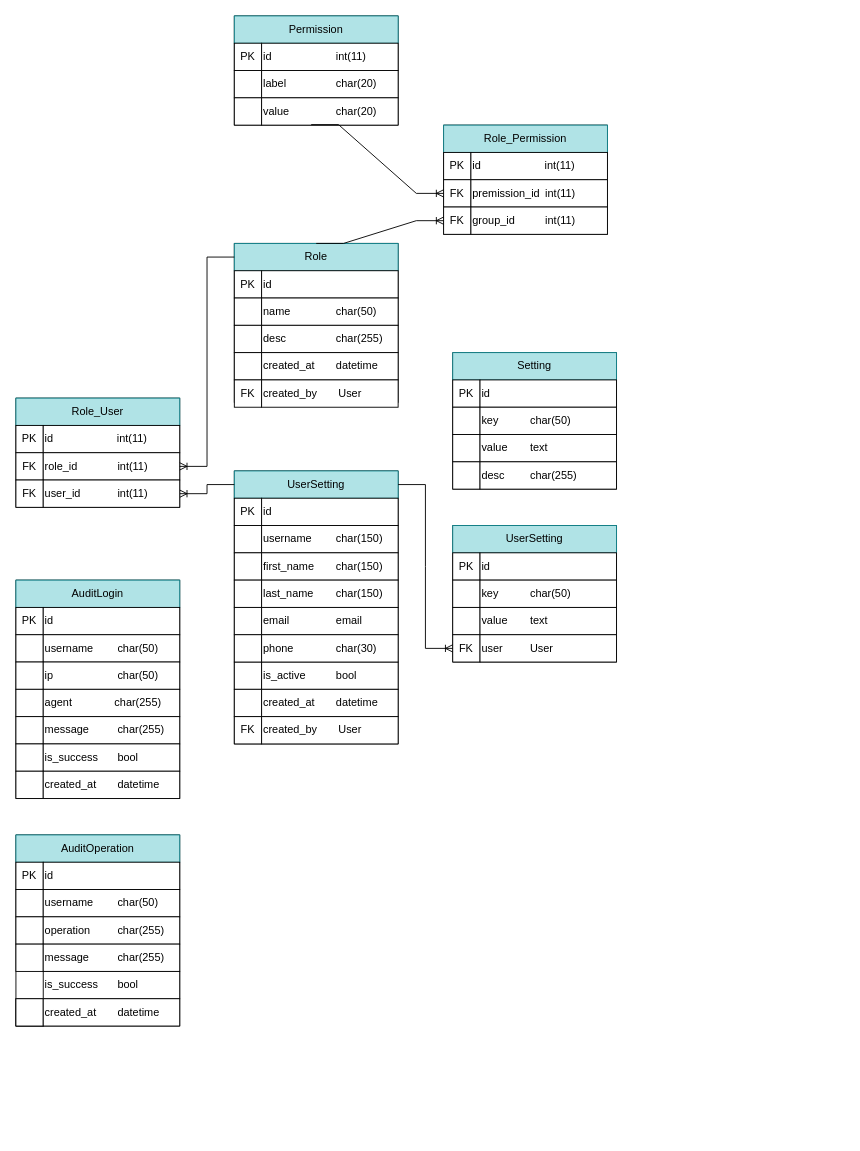
yihezhou/diagrams keeps this draw.io diagram as 思创运维平台数据库设计.drawio. Above is the earlier version. Source tidied: cells renumbered, new cells numbered last; positions are measured from the earlier drawing's top-left corner, leaving out a move shared by most shapes. Both pictures are drawn from the tidied source at 91%, with x=0, y=0 at pixel (15, 15).
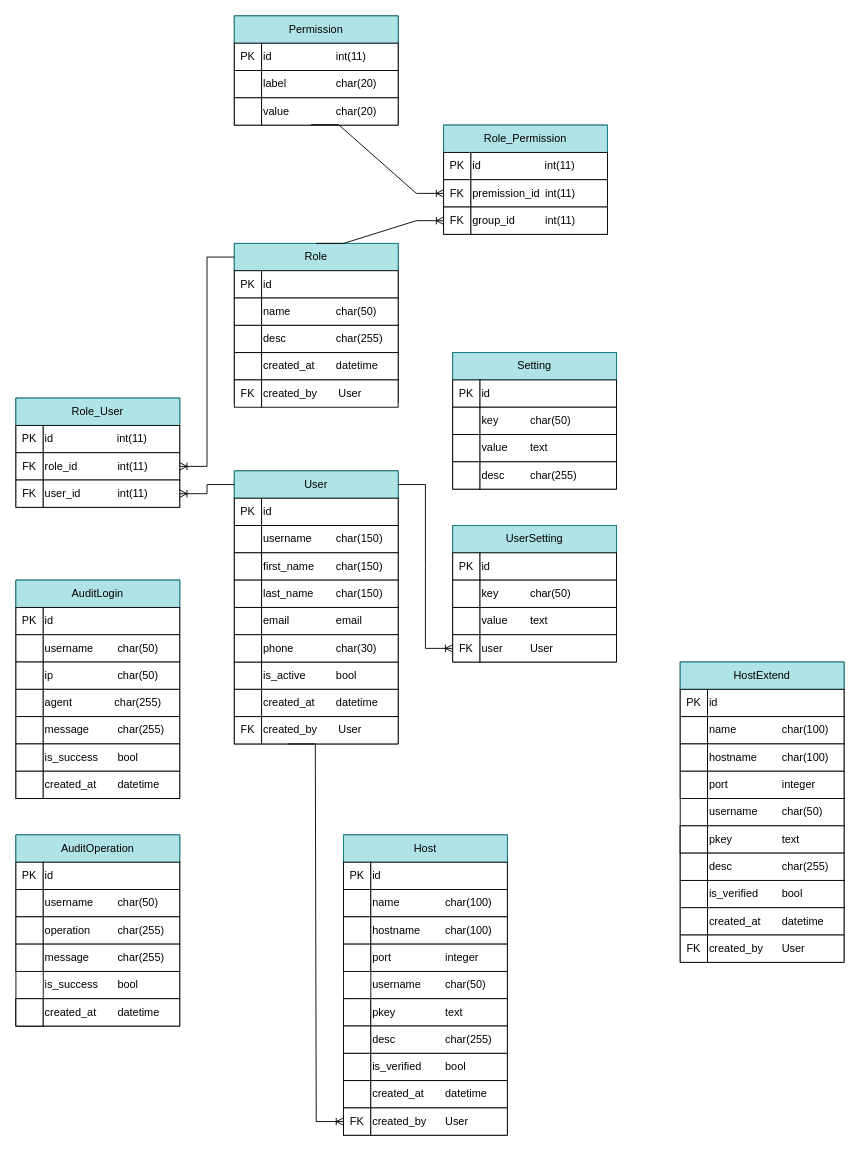
After the change.

Commit message (it also covers changes not shown here):
更新思创运维平台数据库设计.drawio

The change refers to these unchanged cells:
```xml
<mxCell id="52" style="swimlane;startSize=0;" parent="1" vertex="1">
  <mxGeometry x="240" y="500" width="180" height="300" as="geometry" />
</mxCell>
```

Diff of the diagram source:
```diff
@@
-    <mxCell id="53" value="UserSetting" style="rounded=0;whiteSpace=wrap;html=1;fillColor=#b0e3e6;strokeColor=#0e8088;" parent="52" vertex="1">
+    <mxCell id="53" value="User" style="rounded=0;whiteSpace=wrap;html=1;fillColor=#b0e3e6;strokeColor=#0e8088;" parent="52" vertex="1">
       <mxGeometry width="180" height="30" as="geometry" />
     </mxCell>
@@
+    <mxCell id="113" style="swimlane;startSize=0;" parent="1" vertex="1">
+      <mxGeometry x="360" y="900" width="180" height="330" as="geometry" />
+    </mxCell>
+    <mxCell id="114" value="Host" style="rounded=0;whiteSpace=wrap;html=1;fillColor=#b0e3e6;strokeColor=#0e8088;" parent="113" vertex="1">
+      <mxGeometry width="180" height="30" as="geometry" />
+    </mxCell>
+    <mxCell id="115" value="PK" style="rounded=0;whiteSpace=wrap;html=1;" parent="113" vertex="1">
+      <mxGeometry y="30" width="30" height="30" as="geometry" />
+    </mxCell>
+    <mxCell id="116" value="id" style="rounded=0;whiteSpace=wrap;html=1;align=left;" parent="113" vertex="1">
+      <mxGeometry x="30" y="30" width="150" height="30" as="geometry" />
+    </mxCell>
+    <mxCell id="117" style="rounded=0;whiteSpace=wrap;html=1;" parent="113" vertex="1">
+      <mxGeometry y="60" width="30" height="30" as="geometry" />
+    </mxCell>
+    <mxCell id="118" value="name&lt;span style=&quot;white-space: pre;&quot;&gt;&#9;&lt;span style=&quot;white-space: pre;&quot;&gt;&#9;&lt;/span&gt;&lt;/span&gt;char(100)" style="rounded=0;whiteSpace=wrap;html=1;align=left;" parent="113" vertex="1">
+      <mxGeometry x="30" y="60" width="150" height="30" as="geometry" />
+    </mxCell>
+    <mxCell id="119" style="rounded=0;whiteSpace=wrap;html=1;" parent="113" vertex="1">
+      <mxGeometry y="90" width="30" height="30" as="geometry" />
+    </mxCell>
+    <mxCell id="120" value="hostname&lt;span style=&quot;white-space: pre;&quot;&gt;&#9;&lt;/span&gt;char(100)" style="rounded=0;whiteSpace=wrap;html=1;align=left;" parent="113" vertex="1">
+      <mxGeometry x="30" y="90" width="150" height="30" as="geometry" />
+    </mxCell>
+    <mxCell id="121" style="rounded=0;whiteSpace=wrap;html=1;" parent="113" vertex="1">
+      <mxGeometry y="120" width="30" height="30" as="geometry" />
+    </mxCell>
+    <mxCell id="122" value="port&lt;span style=&quot;white-space: pre;&quot;&gt;&#9;&lt;/span&gt;&lt;span style=&quot;white-space: pre;&quot;&gt;&#9;&lt;/span&gt;&lt;span style=&quot;white-space: pre;&quot;&gt;&#9;&lt;/span&gt;integer" style="rounded=0;whiteSpace=wrap;html=1;align=left;" parent="113" vertex="1">
+      <mxGeometry x="30" y="120" width="150" height="30" as="geometry" />
+    </mxCell>
+    <mxCell id="123" style="rounded=0;whiteSpace=wrap;html=1;" parent="113" vertex="1">
+      <mxGeometry y="180" width="30" height="30" as="geometry" />
+    </mxCell>
+    <mxCell id="124" value="username&lt;span style=&quot;white-space: pre;&quot;&gt;&#9;&lt;/span&gt;char(50)" style="rounded=0;whiteSpace=wrap;html=1;align=left;" parent="113" vertex="1">
+      <mxGeometry x="30" y="150" width="150" height="30" as="geometry" />
+    </mxCell>
+    <mxCell id="125" style="rounded=0;whiteSpace=wrap;html=1;" parent="113" vertex="1">
+      <mxGeometry y="180" width="30" height="30" as="geometry" />
+    </mxCell>
+    <mxCell id="126" value="pkey&lt;span style=&quot;white-space: pre;&quot;&gt;&#9;&lt;/span&gt;&lt;span style=&quot;white-space: pre;&quot;&gt;&#9;&lt;/span&gt;text" style="rounded=0;whiteSpace=wrap;html=1;align=left;" parent="113" vertex="1">
+      <mxGeometry x="30" y="180" width="150" height="30" as="geometry" />
+    </mxCell>
+    <mxCell id="127" style="rounded=0;whiteSpace=wrap;html=1;" parent="113" vertex="1">
+      <mxGeometry y="210" width="30" height="30" as="geometry" />
+    </mxCell>
+    <mxCell id="128" value="desc&lt;span style=&quot;white-space: pre;&quot;&gt;&#9;&lt;/span&gt;&lt;span style=&quot;white-space: pre;&quot;&gt;&#9;&lt;/span&gt;char(255)" style="rounded=0;whiteSpace=wrap;html=1;align=left;" parent="113" vertex="1">
+      <mxGeometry x="30" y="210" width="150" height="30" as="geometry" />
+    </mxCell>
+    <mxCell id="129" style="rounded=0;whiteSpace=wrap;html=1;" parent="113" vertex="1">
+      <mxGeometry y="240" width="30" height="30" as="geometry" />
+    </mxCell>
+    <mxCell id="130" value="is_verified&lt;span style=&quot;white-space: pre;&quot;&gt;&#9;&lt;/span&gt;bool" style="rounded=0;whiteSpace=wrap;html=1;align=left;" parent="113" vertex="1">
+      <mxGeometry x="30" y="240" width="150" height="30" as="geometry" />
+    </mxCell>
+    <mxCell id="131" style="rounded=0;whiteSpace=wrap;html=1;" parent="113" vertex="1">
+      <mxGeometry y="270" width="30" height="30" as="geometry" />
+    </mxCell>
+    <mxCell id="132" value="created_at&lt;span style=&quot;white-space: pre;&quot;&gt;&#9;&lt;/span&gt;datetime" style="rounded=0;whiteSpace=wrap;html=1;align=left;" parent="113" vertex="1">
+      <mxGeometry x="30" y="270" width="150" height="30" as="geometry" />
+    </mxCell>
+    <mxCell id="133" value="FK" style="rounded=0;whiteSpace=wrap;html=1;" parent="113" vertex="1">
+      <mxGeometry y="300" width="30" height="30" as="geometry" />
+    </mxCell>
+    <mxCell id="134" value="created_by&lt;span style=&quot;white-space: pre;&quot;&gt;&#9;&lt;/span&gt;User" style="rounded=0;whiteSpace=wrap;html=1;align=left;" parent="113" vertex="1">
+      <mxGeometry x="30" y="300" width="150" height="30" as="geometry" />
+    </mxCell>
+    <mxCell id="135" style="edgeStyle=entityRelationEdgeStyle;fontSize=12;html=1;endArrow=ERoneToMany;rounded=0;entryX=0;entryY=0.5;entryDx=0;entryDy=0;" parent="1" edge="1" target="133">
+      <mxGeometry relative="1" as="geometry">
+        <mxPoint x="299" y="800" as="sourcePoint" />
+      </mxGeometry>
+    </mxCell>
+    <mxCell id="136" style="swimlane;startSize=0;" parent="1" vertex="1">
+      <mxGeometry x="730" y="710" width="180" height="330" as="geometry" />
+    </mxCell>
+    <mxCell id="137" value="HostExtend" style="rounded=0;whiteSpace=wrap;html=1;fillColor=#b0e3e6;strokeColor=#0e8088;" parent="136" vertex="1">
+      <mxGeometry width="180" height="30" as="geometry" />
+    </mxCell>
+    <mxCell id="138" value="PK" style="rounded=0;whiteSpace=wrap;html=1;" parent="136" vertex="1">
+      <mxGeometry y="30" width="30" height="30" as="geometry" />
+    </mxCell>
+    <mxCell id="139" value="id" style="rounded=0;whiteSpace=wrap;html=1;align=left;" parent="136" vertex="1">
+      <mxGeometry x="30" y="30" width="150" height="30" as="geometry" />
+    </mxCell>
+    <mxCell id="140" style="rounded=0;whiteSpace=wrap;html=1;" parent="136" vertex="1">
+      <mxGeometry y="60" width="30" height="30" as="geometry" />
+    </mxCell>
+    <mxCell id="141" value="name&lt;span style=&quot;white-space: pre;&quot;&gt;&#9;&lt;span style=&quot;white-space: pre;&quot;&gt;&#9;&lt;/span&gt;&lt;/span&gt;char(100)" style="rounded=0;whiteSpace=wrap;html=1;align=left;" parent="136" vertex="1">
+      <mxGeometry x="30" y="60" width="150" height="30" as="geometry" />
+    </mxCell>
+    <mxCell id="142" style="rounded=0;whiteSpace=wrap;html=1;" parent="136" vertex="1">
+      <mxGeometry y="90" width="30" height="30" as="geometry" />
+    </mxCell>
+    <mxCell id="143" value="hostname&lt;span style=&quot;white-space: pre;&quot;&gt;&#9;&lt;/span&gt;char(100)" style="rounded=0;whiteSpace=wrap;html=1;align=left;" parent="136" vertex="1">
+      <mxGeometry x="30" y="90" width="150" height="30" as="geometry" />
+    </mxCell>
+    <mxCell id="144" style="rounded=0;whiteSpace=wrap;html=1;" parent="136" vertex="1">
+      <mxGeometry y="120" width="30" height="30" as="geometry" />
+    </mxCell>
+    <mxCell id="145" value="port&lt;span style=&quot;white-space: pre;&quot;&gt;&#9;&lt;/span&gt;&lt;span style=&quot;white-space: pre;&quot;&gt;&#9;&lt;/span&gt;&lt;span style=&quot;white-space: pre;&quot;&gt;&#9;&lt;/span&gt;integer" style="rounded=0;whiteSpace=wrap;html=1;align=left;" parent="136" vertex="1">
+      <mxGeometry x="30" y="120" width="150" height="30" as="geometry" />
+    </mxCell>
+    <mxCell id="146" style="rounded=0;whiteSpace=wrap;html=1;" parent="136" vertex="1">
+      <mxGeometry y="180" width="30" height="30" as="geometry" />
+    </mxCell>
+    <mxCell id="147" value="username&lt;span style=&quot;white-space: pre;&quot;&gt;&#9;&lt;/span&gt;char(50)" style="rounded=0;whiteSpace=wrap;html=1;align=left;" parent="136" vertex="1">
+      <mxGeometry x="30" y="150" width="150" height="30" as="geometry" />
+    </mxCell>
+    <mxCell id="148" style="rounded=0;whiteSpace=wrap;html=1;" parent="136" vertex="1">
+      <mxGeometry y="180" width="30" height="30" as="geometry" />
+    </mxCell>
+    <mxCell id="149" value="pkey&lt;span style=&quot;white-space: pre;&quot;&gt;&#9;&lt;/span&gt;&lt;span style=&quot;white-space: pre;&quot;&gt;&#9;&lt;/span&gt;text" style="rounded=0;whiteSpace=wrap;html=1;align=left;" parent="136" vertex="1">
+      <mxGeometry x="30" y="180" width="150" height="30" as="geometry" />
+    </mxCell>
+    <mxCell id="150" style="rounded=0;whiteSpace=wrap;html=1;" parent="136" vertex="1">
+      <mxGeometry y="210" width="30" height="30" as="geometry" />
+    </mxCell>
+    <mxCell id="151" value="desc&lt;span style=&quot;white-space: pre;&quot;&gt;&#9;&lt;/span&gt;&lt;span style=&quot;white-space: pre;&quot;&gt;&#9;&lt;/span&gt;char(255)" style="rounded=0;whiteSpace=wrap;html=1;align=left;" parent="136" vertex="1">
+      <mxGeometry x="30" y="210" width="150" height="30" as="geometry" />
+    </mxCell>
+    <mxCell id="152" style="rounded=0;whiteSpace=wrap;html=1;" parent="136" vertex="1">
+      <mxGeometry y="240" width="30" height="30" as="geometry" />
+    </mxCell>
+    <mxCell id="153" value="is_verified&lt;span style=&quot;white-space: pre;&quot;&gt;&#9;&lt;/span&gt;bool" style="rounded=0;whiteSpace=wrap;html=1;align=left;" parent="136" vertex="1">
+      <mxGeometry x="30" y="240" width="150" height="30" as="geometry" />
+    </mxCell>
+    <mxCell id="154" style="rounded=0;whiteSpace=wrap;html=1;" parent="136" vertex="1">
+      <mxGeometry y="270" width="30" height="30" as="geometry" />
+    </mxCell>
+    <mxCell id="155" value="created_at&lt;span style=&quot;white-space: pre;&quot;&gt;&#9;&lt;/span&gt;datetime" style="rounded=0;whiteSpace=wrap;html=1;align=left;" parent="136" vertex="1">
+      <mxGeometry x="30" y="270" width="150" height="30" as="geometry" />
+    </mxCell>
+    <mxCell id="156" value="FK" style="rounded=0;whiteSpace=wrap;html=1;" parent="136" vertex="1">
+      <mxGeometry y="300" width="30" height="30" as="geometry" />
+    </mxCell>
+    <mxCell id="157" value="created_by&lt;span style=&quot;white-space: pre;&quot;&gt;&#9;&lt;/span&gt;User" style="rounded=0;whiteSpace=wrap;html=1;align=left;" parent="136" vertex="1">
+      <mxGeometry x="30" y="300" width="150" height="30" as="geometry" />
+    </mxCell>
```
